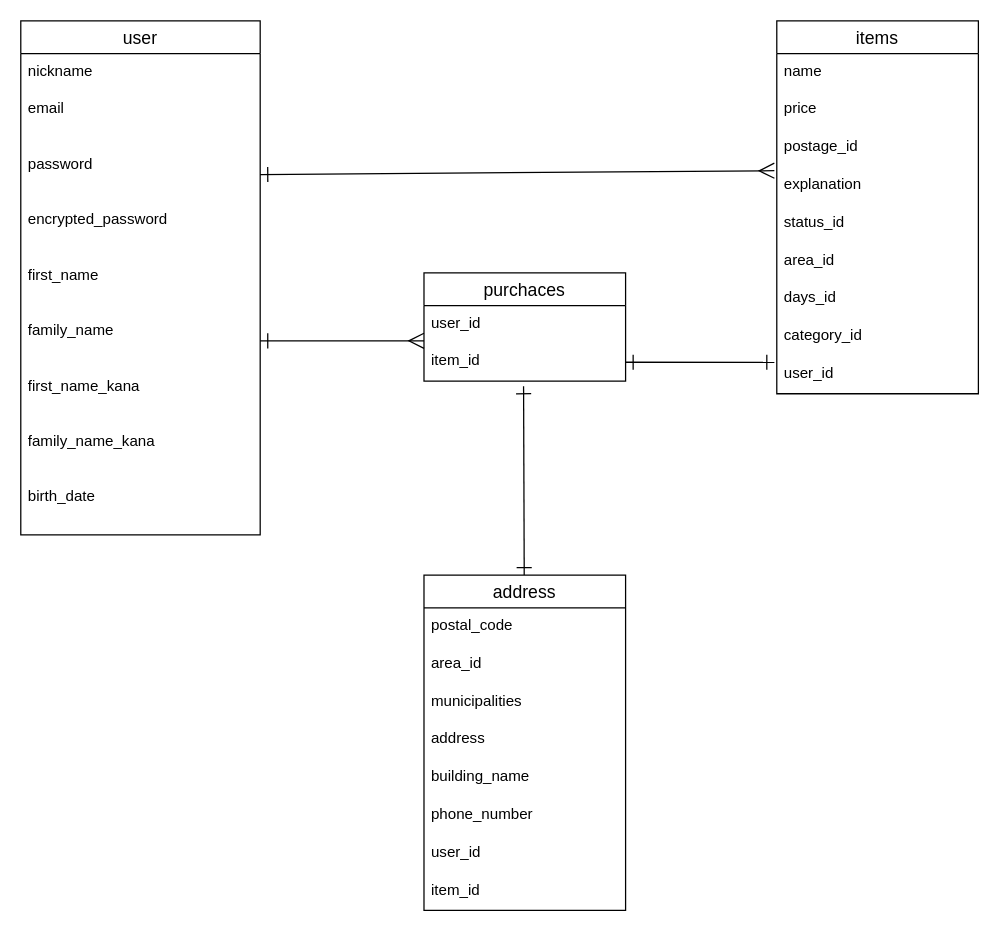
Above: ER図.dio in MaybeYuuki/furima-38254 (draw.io), before the change. Source tidied: cells renumbered, new cells numbered last; positions are measured from the earlier drawing's top-left corner, leaving out a move shared by most shapes. Both pictures are drawn from the tidied source at 126%, with x=0, y=0 at pixel (20, 20).
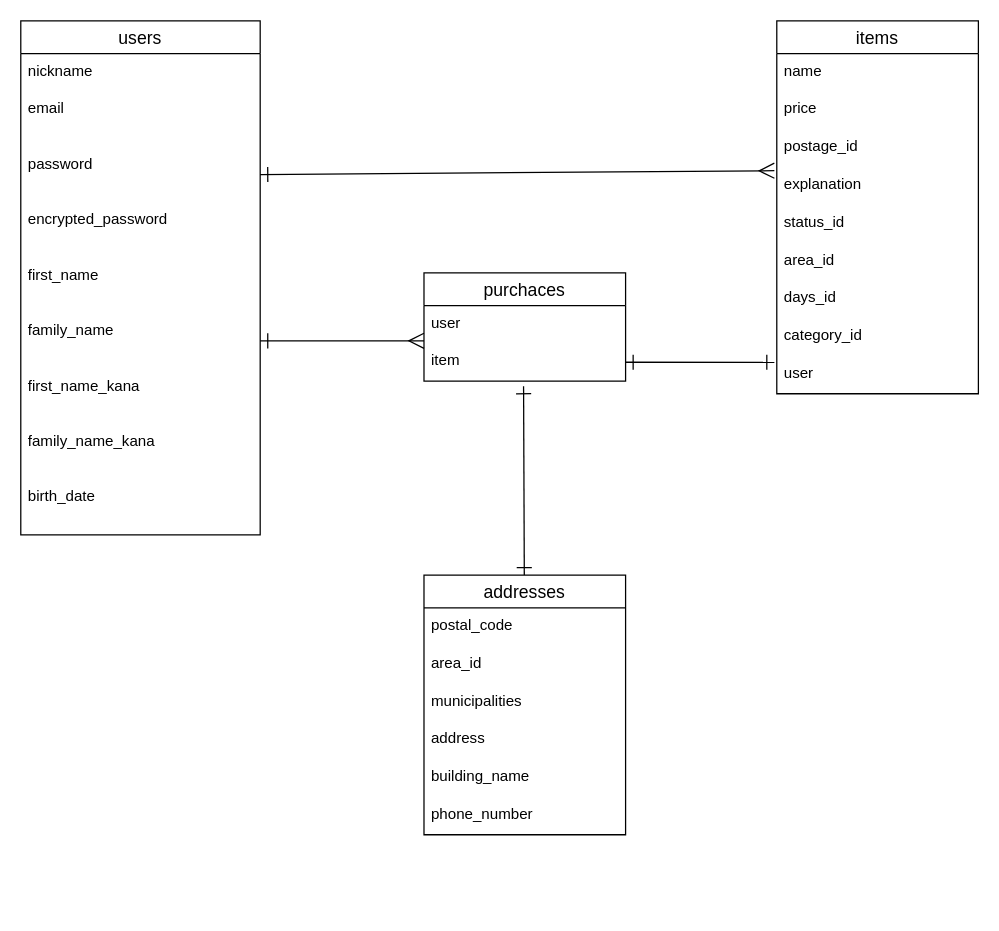
Above is the later version.

Commit message:
ER図の修正3回目

The change refers to these unchanged cells:
```xml
<mxCell id="12" value="items" style="swimlane;fontStyle=0;horizontal=1;startSize=26;align=center;fontSize=14;" parent="1" vertex="1">
  <mxGeometry x="600" width="160" height="296" as="geometry" />
</mxCell>
<mxCell id="22" value="purchaces" style="swimlane;fontStyle=0;horizontal=1;startSize=26;align=center;fontSize=14;" parent="1" vertex="1">
  <mxGeometry x="320" y="200" width="160" height="86" as="geometry" />
</mxCell>
```

Change to the diagram source:
```diff
@@
-    <mxCell id="2" value="user" style="swimlane;fontStyle=0;horizontal=1;startSize=26;align=center;fontSize=14;" parent="1" vertex="1">
+    <mxCell id="2" value="users" style="swimlane;fontStyle=0;horizontal=1;startSize=26;align=center;fontSize=14;" parent="1" vertex="1">
       <mxGeometry width="190" height="408" as="geometry" />
     </mxCell>
@@
-    <mxCell id="21" value="user_id" style="text;strokeColor=none;fillColor=none;spacingLeft=4;spacingRight=4;overflow=hidden;points=[[0,0.5],[1,0.5]];portConstraint=eastwest;fontSize=12;" parent="12" vertex="1">
+    <mxCell id="21" value="user" style="text;strokeColor=none;fillColor=none;spacingLeft=4;spacingRight=4;overflow=hidden;points=[[0,0.5],[1,0.5]];portConstraint=eastwest;fontSize=12;" parent="12" vertex="1">
       <mxGeometry y="266" width="160" height="30" as="geometry" />
     </mxCell>
@@
-    <mxCell id="23" value="user_id" style="text;strokeColor=none;fillColor=none;spacingLeft=4;spacingRight=4;overflow=hidden;fontSize=12;" parent="22" vertex="1">
+    <mxCell id="23" value="user" style="text;strokeColor=none;fillColor=none;spacingLeft=4;spacingRight=4;overflow=hidden;fontSize=12;" parent="22" vertex="1">
       <mxGeometry y="26" width="160" height="30" as="geometry" />
     </mxCell>
-    <mxCell id="24" value="item_id" style="text;strokeColor=none;fillColor=none;spacingLeft=4;spacingRight=4;overflow=hidden;points=[[0,0.5],[1,0.5]];portConstraint=eastwest;fontSize=12;" parent="22" vertex="1">
+    <mxCell id="24" value="item" style="text;strokeColor=none;fillColor=none;spacingLeft=4;spacingRight=4;overflow=hidden;points=[[0,0.5],[1,0.5]];portConstraint=eastwest;fontSize=12;" parent="22" vertex="1">
       <mxGeometry y="56" width="160" height="30" as="geometry" />
     </mxCell>
@@
-    <mxCell id="26" value="address" style="swimlane;fontStyle=0;horizontal=1;startSize=26;align=center;fontSize=14;" parent="1" vertex="1">
-      <mxGeometry x="320" y="440" width="160" height="266" as="geometry" />
+    <mxCell id="26" value="addresses" style="swimlane;fontStyle=0;horizontal=1;startSize=26;align=center;fontSize=14;" parent="1" vertex="1">
+      <mxGeometry x="320" y="440" width="160" height="206" as="geometry" />
     </mxCell>
@@
-    <mxCell id="33" value="user_id" style="text;strokeColor=none;fillColor=none;spacingLeft=4;spacingRight=4;overflow=hidden;fontSize=12;" parent="26" vertex="1">
-      <mxGeometry y="206" width="160" height="30" as="geometry" />
-    </mxCell>
-    <mxCell id="34" value="item_id" style="text;strokeColor=none;fillColor=none;spacingLeft=4;spacingRight=4;overflow=hidden;fontSize=12;" parent="26" vertex="1">
-      <mxGeometry y="236" width="160" height="30" as="geometry" />
-    </mxCell>
```
